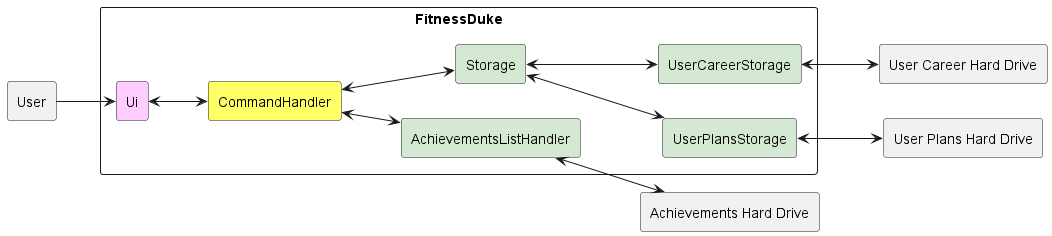
Before: docs/UML/Images/architecture.png, a diagram exported from PlantUML (nus-cs2113-AY2223S2/tp).
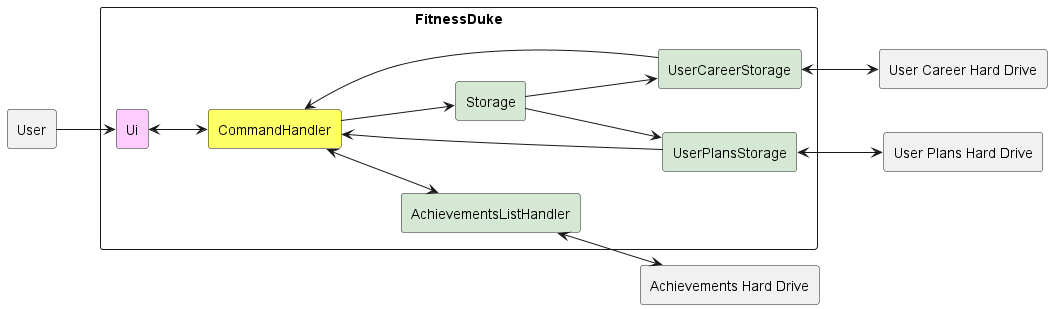
Above is the later version.

The edit, as a diff of the source:
```diff
@@ -20,12 +20,14 @@
 
 [User] --> [Ui]
 [Ui] <--> [CommandHandler]
-[CommandHandler] <--> [Storage]
+[CommandHandler] --> [Storage]
 [CommandHandler] <--> [AchievementsListHandler]
 [AchievementsListHandler] <--> [Achievements Hard Drive]
-[Storage] <--> [UserPlansStorage]
-[Storage] <--> [UserCareerStorage]
+[Storage] --> [UserPlansStorage]
+[Storage] --> [UserCareerStorage]
 [UserCareerStorage] <--> [User Career Hard Drive]
 [UserPlansStorage] <--> [User Plans Hard Drive]
+[UserCareerStorage] --> [CommandHandler]
+[UserPlansStorage] --> [CommandHandler]
 
 @enduml
```
